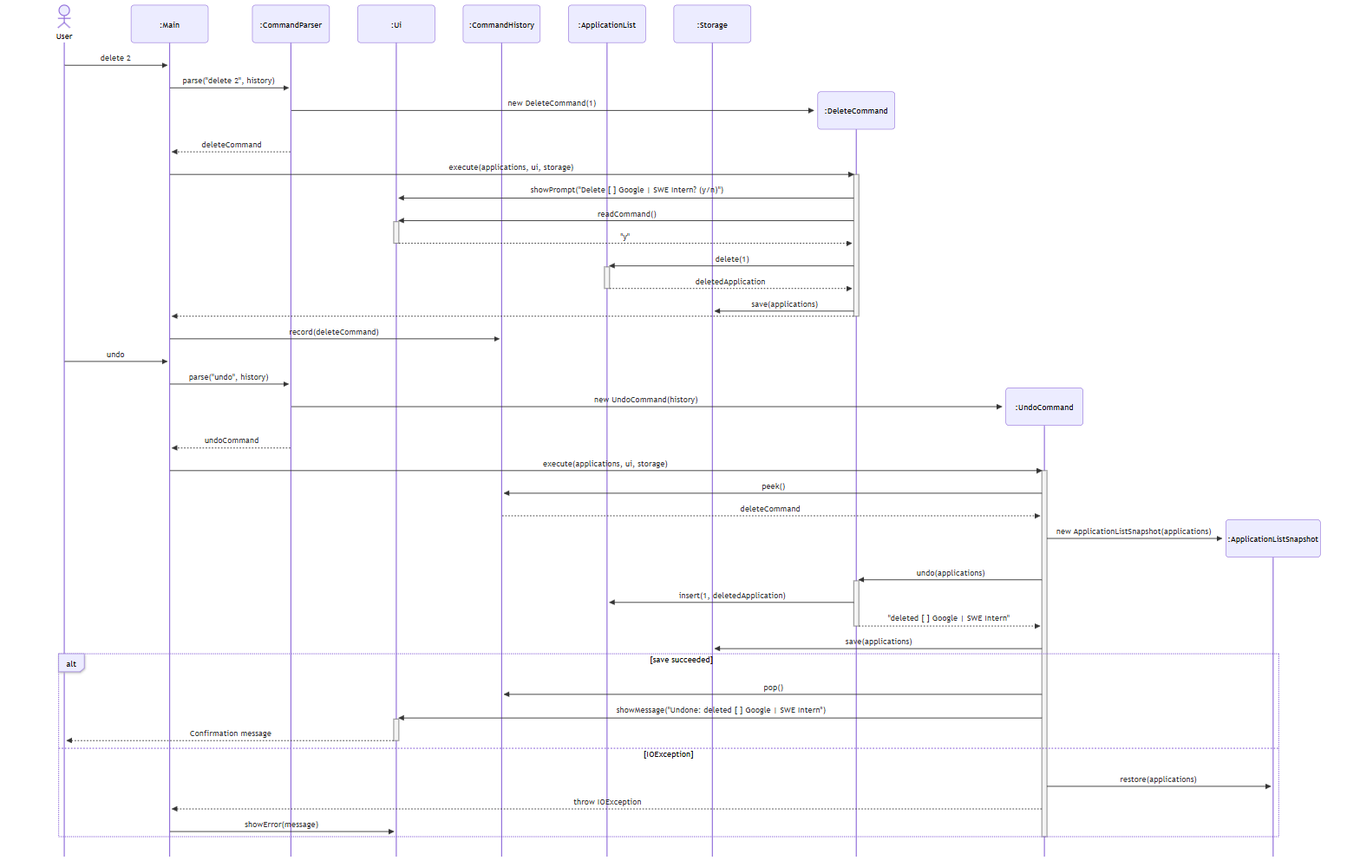
AY2627S1-CS2113-T10-2/tp keeps this Mermaid diagram as docs/diagrams/delete-confirmation-undo-sequence.png. Above is the earlier version. Its source is kept beside it as docs/diagrams/sources/delete-confirmation-undo-sequence.mmd.
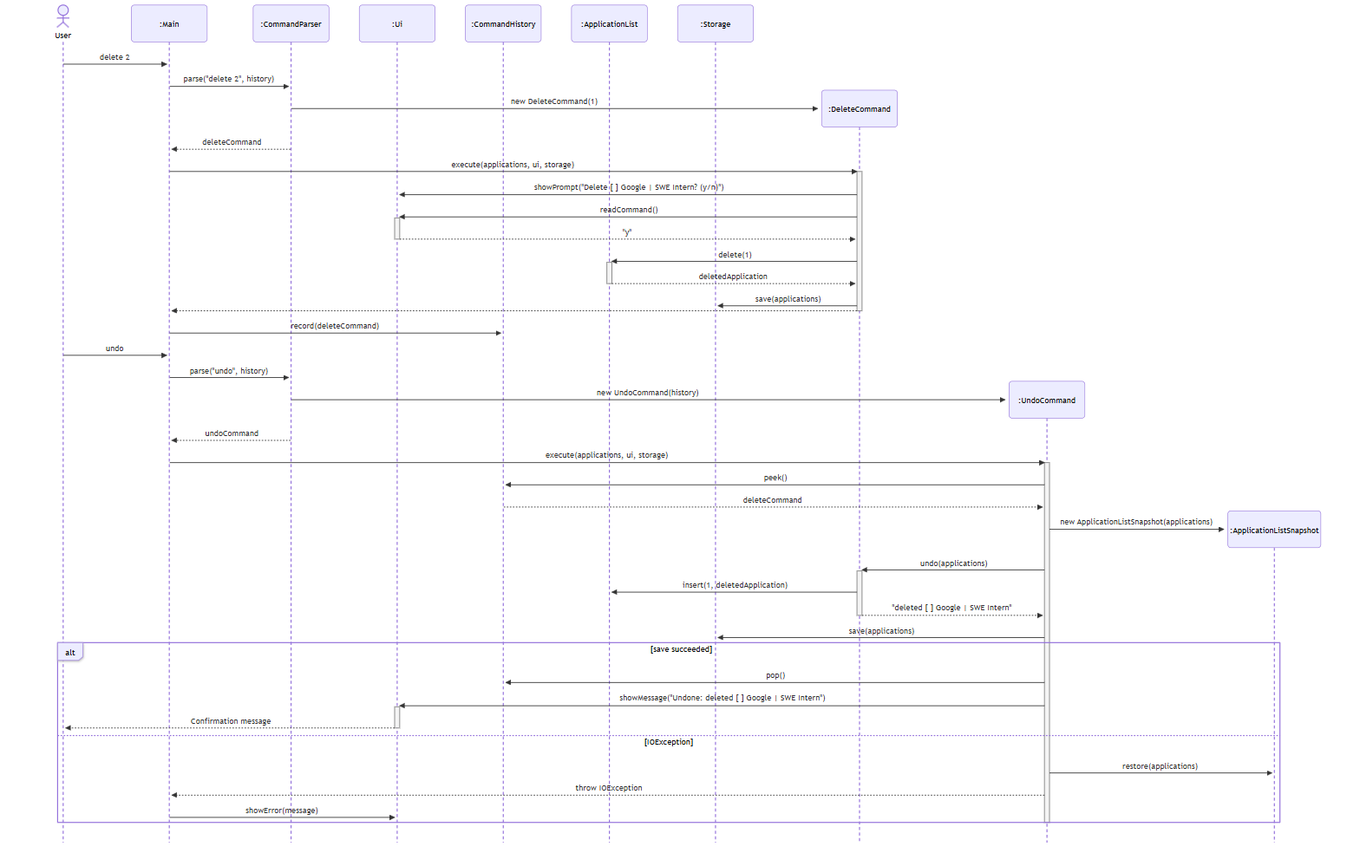
Above is the later version.

Change to the diagram source:
```diff
@@ -1,4 +1,4 @@
-%%{init: {'theme': 'default', 'sequence': {'mirrorActors': false, 'actorMargin': 55, 'messageMargin': 28}}}%%
+%%{init: {'theme': 'default', 'themeCSS': '.actor-line{stroke-dasharray:6 5;} .loopLine{stroke-dasharray:none;}', 'sequence': {'mirrorActors': false, 'actorMargin': 60, 'messageMargin': 28}}}%%
 sequenceDiagram
     actor user as User
     participant main as :Main
```
